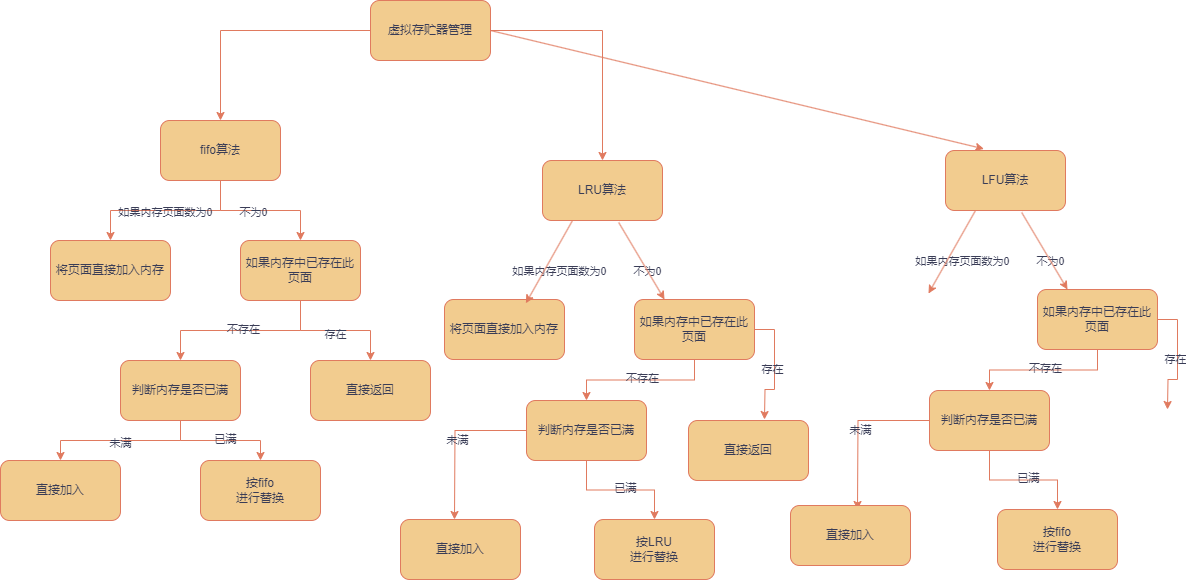
This is draw.io/虚拟存储器.png from Nessential/draw.io, a draw.io export, as it was before one commit. Source tidied: cells renumbered, new cells last; positions are measured from the earlier drawing's top-left corner, leaving out a move shared by most shapes.
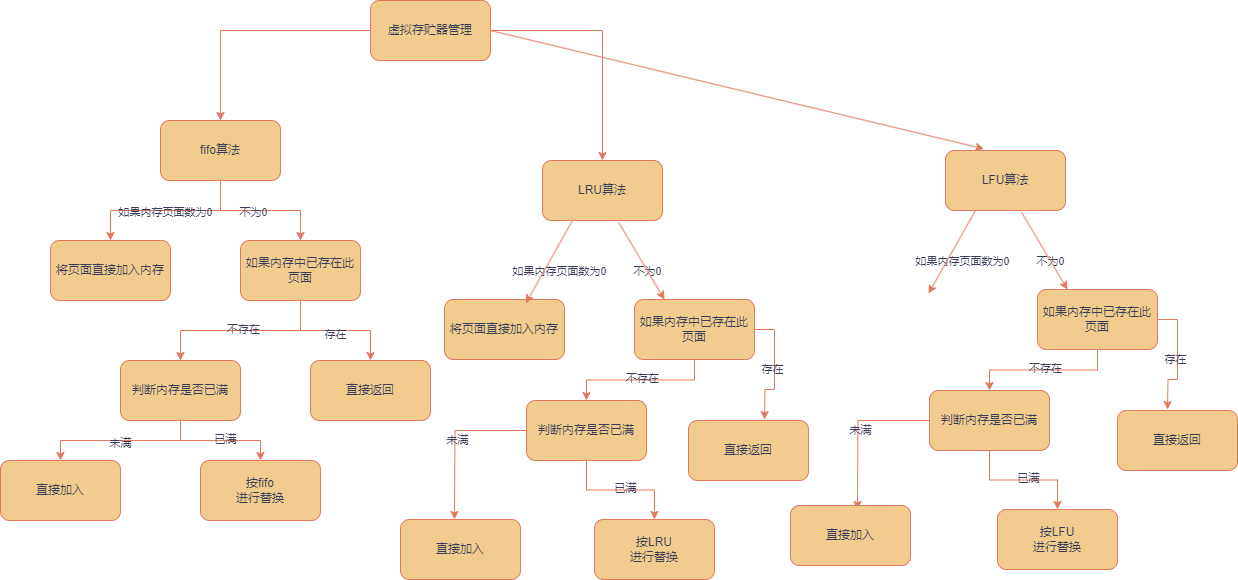
After the commit.

Commit message:
更新虚拟存储器.png

Diff of the diagram source:
```diff
@@ -172,7 +172,7 @@
     <mxCell id="55" value="判断内存是否已满" style="whiteSpace=wrap;html=1;rounded=1;labelBackgroundColor=none;fillColor=#F2CC8F;strokeColor=#E07A5F;fontColor=#393C56;" parent="1" vertex="1">
       <mxGeometry x="929" y="390" width="120" height="60" as="geometry" />
     </mxCell>
-    <mxCell id="56" value="按fifo&lt;br&gt;进行替换" style="whiteSpace=wrap;html=1;rounded=1;labelBackgroundColor=none;fillColor=#F2CC8F;strokeColor=#E07A5F;fontColor=#393C56;" parent="1" vertex="1">
+    <mxCell id="56" value="按LFU&lt;br&gt;进行替换" style="whiteSpace=wrap;html=1;rounded=1;labelBackgroundColor=none;fillColor=#F2CC8F;strokeColor=#E07A5F;fontColor=#393C56;" parent="1" vertex="1">
       <mxGeometry x="997" y="509" width="120" height="60" as="geometry" />
     </mxCell>
     <mxCell id="57" style="endArrow=classic;html=1;rounded=0;exitX=0.25;exitY=1;exitDx=0;exitDy=0;entryX=0.678;entryY=0.063;entryDx=0;entryDy=0;entryPerimeter=0;labelBackgroundColor=none;strokeColor=#E07A5F;fontColor=default;" parent="1" edge="1" source="43">
@@ -189,5 +189,8 @@
     <mxCell id="60" value="直接加入" style="whiteSpace=wrap;html=1;rounded=1;labelBackgroundColor=none;fillColor=#F2CC8F;strokeColor=#E07A5F;fontColor=#393C56;" parent="1" vertex="1">
       <mxGeometry x="790" y="505" width="120" height="60" as="geometry" />
     </mxCell>
+    <mxCell id="61" value="直接返回" style="whiteSpace=wrap;html=1;rounded=1;labelBackgroundColor=none;fillColor=#F2CC8F;strokeColor=#E07A5F;fontColor=#393C56;" parent="1" vertex="1">
+      <mxGeometry x="1117" y="410" width="120" height="60" as="geometry" />
+    </mxCell>
   </root>
 </mxGraphModel>
```
